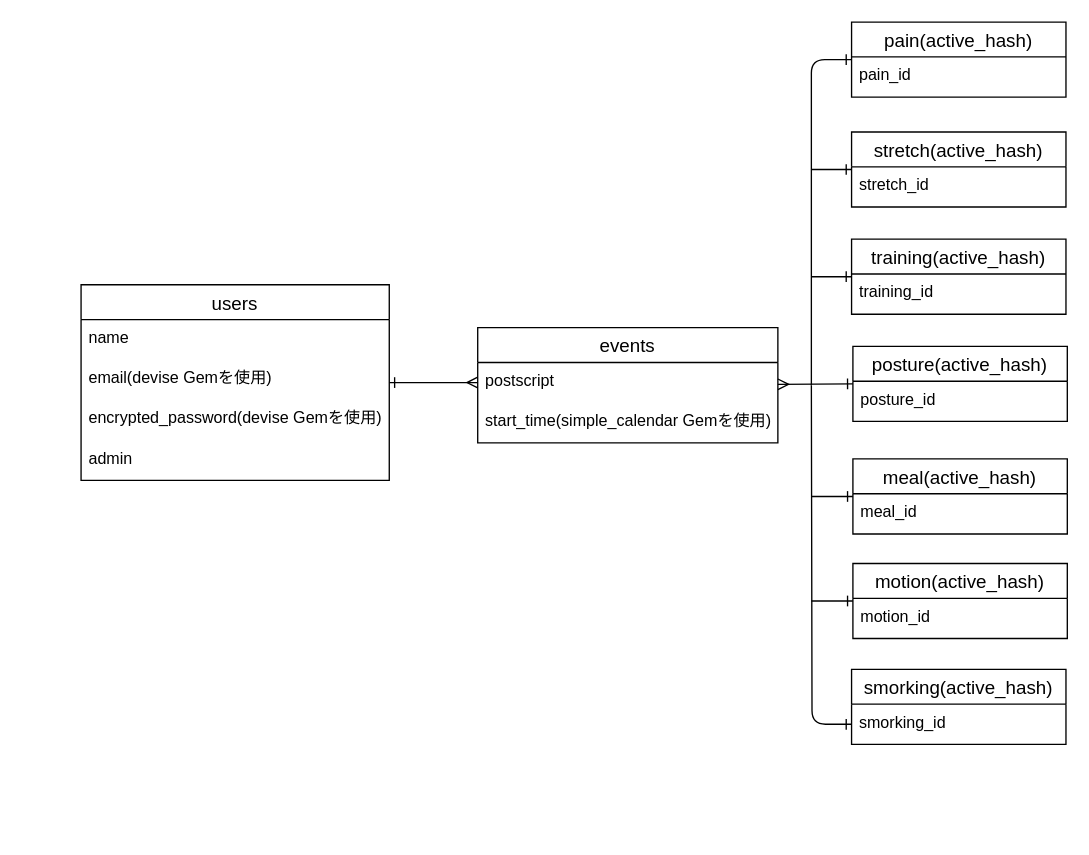
Earlier version of the draw.io diagram page "ページ1" (1 of 2) of ER.dio (shinjimjim/hernia-app-375703). Source tidied: cells renumbered, new cells numbered last; positions are measured from the earlier drawing's top-left corner, leaving out a move shared by most shapes. Both pictures are drawn from the tidied source at 134%, with x=0, y=0 at pixel (80, 21).
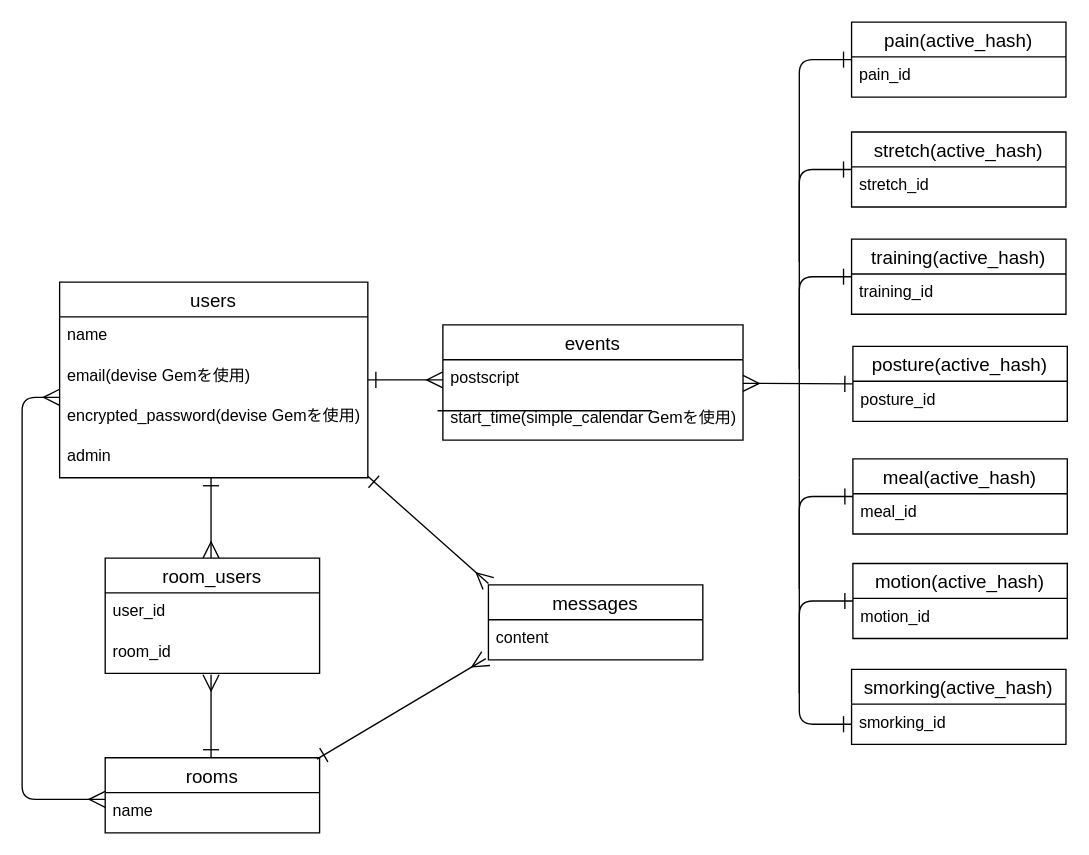
The same page after the edit.

The change refers to these unchanged cells:
```xml
<mxCell id="4" value="postscript" style="text;strokeColor=none;fillColor=none;spacingLeft=4;spacingRight=4;overflow=hidden;points=[[0,0.5],[1,0.5]];portConstraint=eastwest;fontSize=12;" parent="3" vertex="1">
  <mxGeometry y="26" width="224" height="30" as="geometry" />
</mxCell>
<mxCell id="13" value="pain(active_hash)" style="swimlane;fontStyle=0;horizontal=1;startSize=26;align=center;fontSize=14;" parent="1" vertex="1">
  <mxGeometry x="575" width="160" height="56" as="geometry" />
</mxCell>
<mxCell id="16" value="stretch(active_hash)" style="swimlane;fontStyle=0;horizontal=1;startSize=26;align=center;fontSize=14;" parent="1" vertex="1">
  <mxGeometry x="575" y="82" width="160" height="56" as="geometry" />
</mxCell>
<mxCell id="19" value="training(active_hash)" style="swimlane;fontStyle=0;horizontal=1;startSize=26;align=center;fontSize=14;" parent="1" vertex="1">
  <mxGeometry x="575" y="162" width="160" height="56" as="geometry" />
</mxCell>
<mxCell id="21" value="posture(active_hash)" style="swimlane;fontStyle=0;horizontal=1;startSize=26;align=center;fontSize=14;" parent="1" vertex="1">
  <mxGeometry x="576" y="242" width="160" height="56" as="geometry" />
</mxCell>
<mxCell id="24" value="meal(active_hash)" style="swimlane;fontStyle=0;horizontal=1;startSize=26;align=center;fontSize=14;" parent="1" vertex="1">
  <mxGeometry x="576" y="326" width="160" height="56" as="geometry" />
</mxCell>
<mxCell id="27" value="motion(active_hash)" style="swimlane;fontStyle=0;horizontal=1;startSize=26;align=center;fontSize=14;" parent="1" vertex="1">
  <mxGeometry x="576" y="404" width="160" height="56" as="geometry" />
</mxCell>
<mxCell id="30" value="smorking_id" style="text;strokeColor=none;fillColor=none;spacingLeft=4;spacingRight=4;overflow=hidden;points=[[0,0.5],[1,0.5]];portConstraint=eastwest;fontSize=12;" parent="29" vertex="1">
  <mxGeometry y="26" width="160" height="30" as="geometry" />
</mxCell>
```

What changed in the source:
```diff
@@
-    <mxCell id="2" style="edgeStyle=none;html=1;entryX=0;entryY=0.5;entryDx=0;entryDy=0;startArrow=ERmany;startFill=0;endArrow=ERone;endFill=0;" parent="1" edge="1" source="3" target="21">
+    <mxCell id="2" style="edgeStyle=none;html=1;entryX=0;entryY=0.5;entryDx=0;entryDy=0;startArrow=ERmany;startFill=0;endArrow=ERone;endFill=0;endSize=10;startSize=10;" parent="1" edge="1" source="3" target="21">
       <mxGeometry relative="1" as="geometry" />
     </mxCell>
     <mxCell id="3" value="events" style="swimlane;fontStyle=0;horizontal=1;startSize=26;align=center;fontSize=14;" parent="1" vertex="1">
-      <mxGeometry x="296" y="228" width="224" height="86" as="geometry" />
+      <mxGeometry x="270" y="226" width="224" height="86" as="geometry" />
     </mxCell>
@@
-    <mxCell id="6" style="edgeStyle=none;html=1;entryX=0;entryY=0.5;entryDx=0;entryDy=0;endArrow=ERmany;endFill=0;startArrow=ERone;startFill=0;" parent="1" edge="1" source="7" target="4">
+    <mxCell id="6" style="edgeStyle=none;html=1;entryX=0;entryY=0.5;entryDx=0;entryDy=0;endArrow=ERmany;endFill=0;startArrow=ERone;startFill=0;endSize=10;startSize=10;" parent="1" edge="1" source="7" target="4">
       <mxGeometry relative="1" as="geometry" />
     </mxCell>
+    <mxCell id="32" style="edgeStyle=none;html=1;entryX=0.506;entryY=0;entryDx=0;entryDy=0;entryPerimeter=0;endArrow=ERmany;endFill=0;endSize=10;startSize=10;startArrow=ERone;startFill=0;" parent="1" edge="1">
+      <mxGeometry relative="1" as="geometry">
+        <mxPoint x="97" y="340" as="sourcePoint" />
+        <mxPoint x="97" y="400" as="targetPoint" />
+      </mxGeometry>
+    </mxCell>
     <mxCell id="7" value="users" style="swimlane;fontStyle=0;horizontal=1;startSize=26;align=center;fontSize=14;" parent="1" vertex="1">
-      <mxGeometry y="196" width="230" height="146" as="geometry" />
+      <mxGeometry x="-16" y="194" width="230" height="146" as="geometry" />
     </mxCell>
@@
-    <mxCell id="12" style="edgeStyle=orthogonalEdgeStyle;html=1;startArrow=ERone;startFill=0;endArrow=none;endFill=0;" parent="1" edge="1" source="13">
+    <mxCell id="12" style="edgeStyle=orthogonalEdgeStyle;html=1;startArrow=ERone;startFill=0;endArrow=none;endFill=0;endSize=10;startSize=10;" parent="1" edge="1" source="13">
       <mxGeometry relative="1" as="geometry">
-        <mxPoint x="545" y="271" as="targetPoint" />
+        <mxPoint x="536" y="340" as="targetPoint" />
         <Array as="points">
-          <mxPoint x="545" y="28" />
-          <mxPoint x="545" y="91" />
+          <mxPoint x="536" y="28" />
+          <mxPoint x="536" y="340" />
         </Array>
       </mxGeometry>
     </mxCell>
@@
-    <mxCell id="15" style="edgeStyle=orthogonalEdgeStyle;html=1;startArrow=ERone;startFill=0;endArrow=none;endFill=0;" parent="1" edge="1" source="16">
+    <mxCell id="15" style="edgeStyle=orthogonalEdgeStyle;html=1;startArrow=ERone;startFill=0;endArrow=none;endFill=0;endSize=10;startSize=10;" parent="1" edge="1" source="16">
       <mxGeometry relative="1" as="geometry">
-        <mxPoint x="545" y="110" as="targetPoint" />
+        <mxPoint x="536" y="179" as="targetPoint" />
+        <Array as="points">
+          <mxPoint x="536" y="110" />
+          <mxPoint x="536" y="179" />
+        </Array>
       </mxGeometry>
     </mxCell>
@@
-    <mxCell id="18" style="edgeStyle=orthogonalEdgeStyle;html=1;startArrow=ERone;startFill=0;endArrow=none;endFill=0;" parent="1" edge="1" source="19">
+    <mxCell id="18" style="edgeStyle=orthogonalEdgeStyle;html=1;startArrow=ERone;startFill=0;endArrow=none;endFill=0;endSize=10;startSize=10;" parent="1" edge="1" source="19">
       <mxGeometry relative="1" as="geometry">
-        <mxPoint x="545" y="190" as="targetPoint" />
+        <mxPoint x="536" y="259" as="targetPoint" />
+        <Array as="points">
+          <mxPoint x="536" y="190" />
+          <mxPoint x="536" y="259" />
+        </Array>
       </mxGeometry>
     </mxCell>
@@
-    <mxCell id="23" style="edgeStyle=orthogonalEdgeStyle;html=1;startArrow=ERone;startFill=0;endArrow=none;endFill=0;" parent="1" edge="1" source="24">
+    <mxCell id="23" style="edgeStyle=orthogonalEdgeStyle;html=1;startArrow=ERone;startFill=0;endArrow=none;endFill=0;endSize=10;startSize=10;" parent="1" edge="1" source="24">
       <mxGeometry relative="1" as="geometry">
-        <mxPoint x="545" y="354" as="targetPoint" />
+        <mxPoint x="536" y="423" as="targetPoint" />
+        <Array as="points">
+          <mxPoint x="536" y="354" />
+          <mxPoint x="536" y="423" />
+        </Array>
       </mxGeometry>
     </mxCell>
@@
-    <mxCell id="26" style="edgeStyle=orthogonalEdgeStyle;html=1;startArrow=ERone;startFill=0;endArrow=none;endFill=0;" parent="1" edge="1" source="27">
+    <mxCell id="26" style="edgeStyle=orthogonalEdgeStyle;html=1;startArrow=ERone;startFill=0;endArrow=none;endFill=0;endSize=10;startSize=10;" parent="1" edge="1" source="27">
       <mxGeometry relative="1" as="geometry">
-        <mxPoint x="545" y="432" as="targetPoint" />
+        <mxPoint x="536" y="501" as="targetPoint" />
+        <Array as="points">
+          <mxPoint x="536" y="432" />
+          <mxPoint x="536" y="501" />
+        </Array>
       </mxGeometry>
     </mxCell>
@@
-    <mxCell id="31" style="edgeStyle=orthogonalEdgeStyle;html=1;startArrow=ERone;startFill=0;endArrow=none;endFill=0;" parent="1" edge="1" source="30">
+    <mxCell id="31" style="edgeStyle=orthogonalEdgeStyle;html=1;startArrow=ERone;startFill=0;endArrow=none;endFill=0;endSize=10;startSize=10;" parent="1" edge="1" source="30">
       <mxGeometry relative="1" as="geometry">
-        <mxPoint x="545" y="271" as="targetPoint" />
+        <mxPoint x="536" y="340" as="targetPoint" />
+        <Array as="points">
+          <mxPoint x="536" y="524" />
+          <mxPoint x="536" y="340" />
+        </Array>
       </mxGeometry>
     </mxCell>
+    <mxCell id="33" value="room_users" style="swimlane;fontStyle=0;horizontal=1;startSize=26;align=center;fontSize=14;" parent="1" vertex="1">
+      <mxGeometry x="18" y="400" width="160" height="86" as="geometry" />
+    </mxCell>
+    <mxCell id="34" value="user_id" style="text;strokeColor=none;fillColor=none;spacingLeft=4;spacingRight=4;overflow=hidden;fontSize=12;" parent="33" vertex="1">
+      <mxGeometry y="26" width="160" height="30" as="geometry" />
+    </mxCell>
+    <mxCell id="35" value="room_id" style="text;strokeColor=none;fillColor=none;spacingLeft=4;spacingRight=4;overflow=hidden;fontSize=12;" parent="33" vertex="1">
+      <mxGeometry y="56" width="160" height="30" as="geometry" />
+    </mxCell>
+    <mxCell id="36" style="edgeStyle=none;html=1;endArrow=ERmany;endFill=0;endSize=10;startSize=10;startArrow=ERone;startFill=0;" parent="1" edge="1">
+      <mxGeometry relative="1" as="geometry">
+        <mxPoint x="97" y="549" as="sourcePoint" />
+        <mxPoint x="97" y="487" as="targetPoint" />
+      </mxGeometry>
+    </mxCell>
+    <mxCell id="37" value="rooms" style="swimlane;fontStyle=0;horizontal=1;startSize=26;align=center;fontSize=14;" parent="1" vertex="1">
+      <mxGeometry x="18" y="549" width="160" height="56" as="geometry" />
+    </mxCell>
+    <mxCell id="38" value="name" style="text;strokeColor=none;fillColor=none;spacingLeft=4;spacingRight=4;overflow=hidden;points=[[0,0.5],[1,0.5]];portConstraint=eastwest;fontSize=12;" parent="37" vertex="1">
+      <mxGeometry y="26" width="160" height="30" as="geometry" />
+    </mxCell>
+    <mxCell id="39" value="messages" style="swimlane;fontStyle=0;horizontal=1;startSize=26;align=center;fontSize=14;" parent="1" vertex="1">
+      <mxGeometry x="304" y="420" width="160" height="56" as="geometry" />
+    </mxCell>
+    <mxCell id="40" value="content" style="text;strokeColor=none;fillColor=none;spacingLeft=4;spacingRight=4;overflow=hidden;points=[[0,0.5],[1,0.5]];portConstraint=eastwest;fontSize=12;" parent="39" vertex="1">
+      <mxGeometry y="26" width="160" height="30" as="geometry" />
+    </mxCell>
+    <mxCell id="41" style="endArrow=none;html=1;rounded=0;" parent="1" edge="1">
+      <mxGeometry relative="1" as="geometry">
+        <mxPoint x="266" y="290" as="sourcePoint" />
+        <mxPoint x="426" y="290" as="targetPoint" />
+      </mxGeometry>
+    </mxCell>
+    <mxCell id="42" style="edgeStyle=orthogonalEdgeStyle;fontSize=12;html=1;endArrow=ERmany;startArrow=ERmany;startSize=10;endSize=10;exitX=0;exitY=0.167;exitDx=0;exitDy=0;exitPerimeter=0;" parent="1" edge="1" source="38">
+      <mxGeometry relative="1" as="geometry">
+        <mxPoint x="-16" y="280" as="targetPoint" />
+        <Array as="points">
+          <mxPoint x="-44" y="580" />
+          <mxPoint x="-44" y="280" />
+        </Array>
+      </mxGeometry>
+    </mxCell>
+    <mxCell id="43" style="endArrow=ERmany;html=1;rounded=0;startSize=10;endSize=10;startArrow=ERone;startFill=0;endFill=0;" parent="1" edge="1">
+      <mxGeometry relative="1" as="geometry">
+        <mxPoint x="214" y="339" as="sourcePoint" />
+        <mxPoint x="304" y="419" as="targetPoint" />
+      </mxGeometry>
+    </mxCell>
+    <mxCell id="44" style="endArrow=ERmany;html=1;rounded=0;startSize=10;endSize=10;entryX=-0.012;entryY=0.967;entryDx=0;entryDy=0;entryPerimeter=0;startArrow=ERone;startFill=0;endFill=0;" parent="1" edge="1" target="40">
+      <mxGeometry relative="1" as="geometry">
+        <mxPoint x="176" y="550" as="sourcePoint" />
+      </mxGeometry>
+    </mxCell>
```
